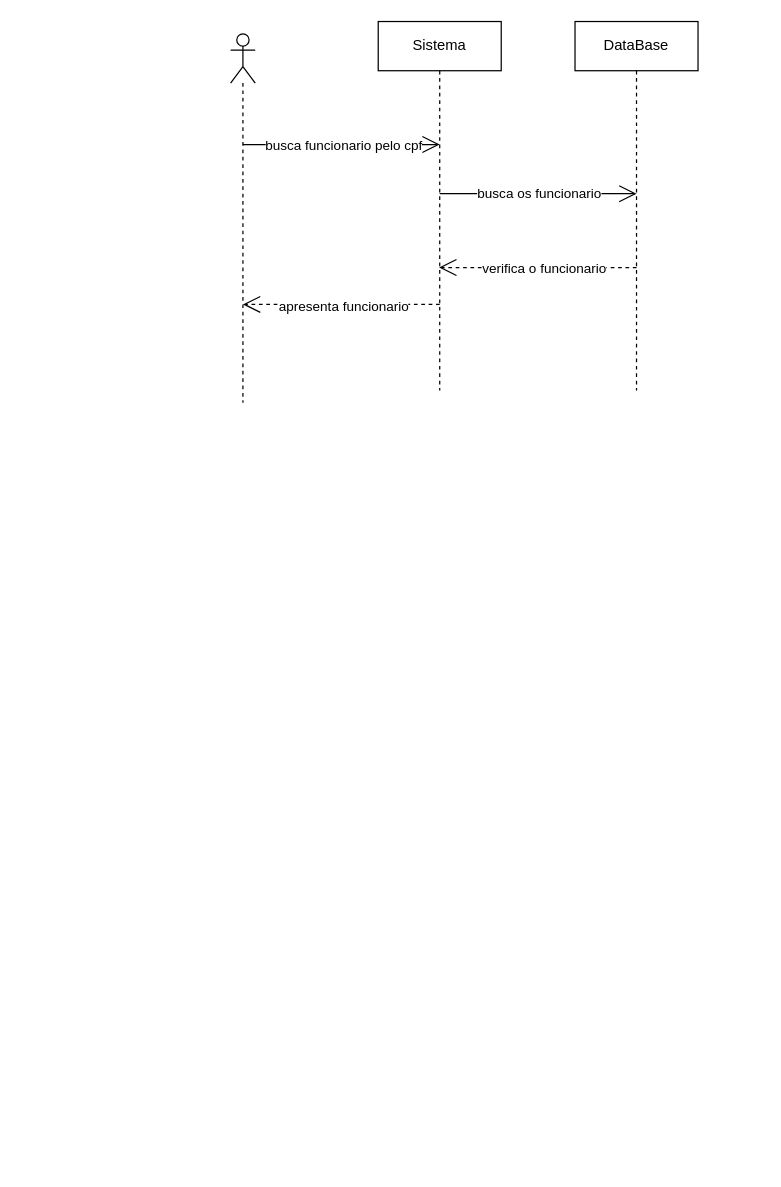
Above: page "busca funcionario pelo cpf" (20 of 22) of diagramas/sequencias/sequencias.drawio in ismaelnata01-maker/sistema-de-gestao-escolar (draw.io), before the change. Source tidied: cells renumbered, new cells numbered last; positions are measured from the earlier drawing's top-left corner, leaving out a move shared by most shapes. Both pictures are drawn from the tidied source at 123%, with x=0, y=0 at pixel (230, 21).
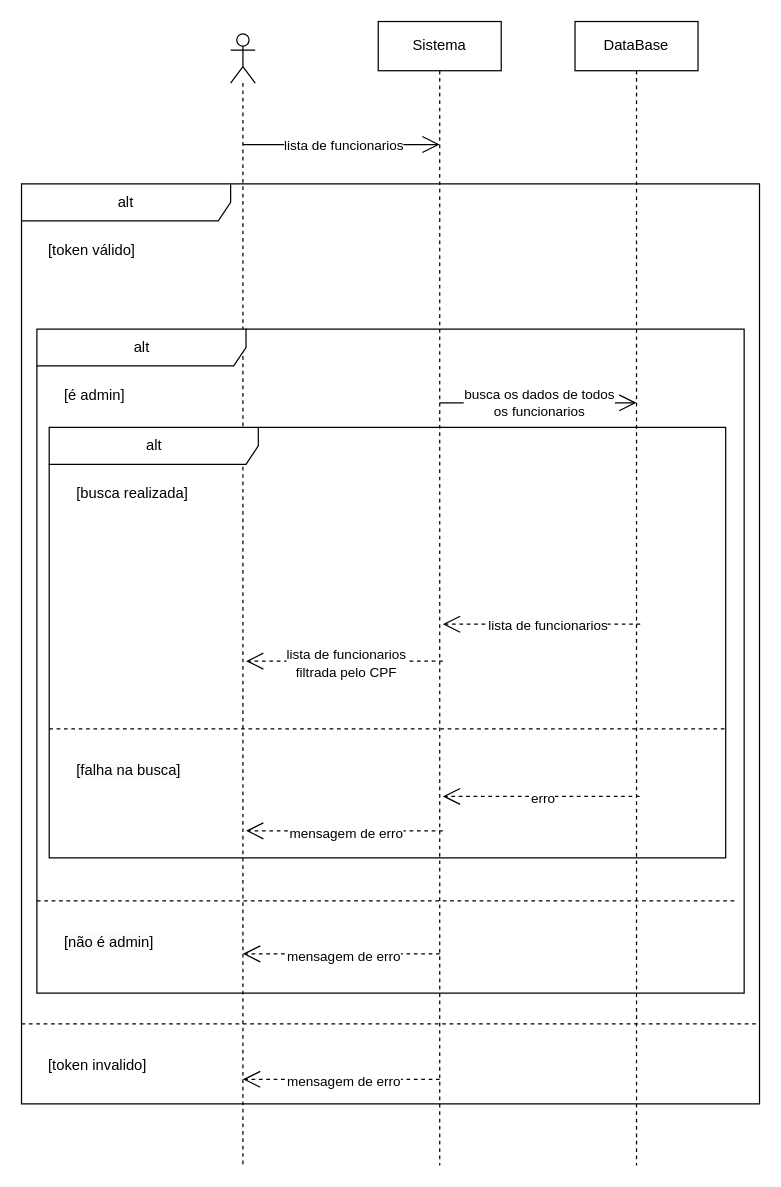
Above is the later version.

The edit, as a diff of the source:
```diff
@@
-    <mxCell id="2" style="endArrow=open;endFill=1;endSize=12;html=1;dashed=1;" parent="1" edge="1">
-      <mxGeometry relative="1" as="geometry">
-        <mxPoint x="330" y="200" as="sourcePoint" />
-        <mxPoint x="169.5" y="200" as="targetPoint" />
-        <Array as="points">
-          <mxPoint x="310" y="200" />
-        </Array>
-      </mxGeometry>
-    </mxCell>
-    <mxCell id="3" value="verifica o funcionario" style="edgeLabel;html=1;align=center;verticalAlign=middle;" parent="2" vertex="1">
-      <mxGeometry x="-0.05" relative="1" as="geometry" />
-    </mxCell>
-    <mxCell id="4" style="shape=umlLifeline;perimeter=lifelinePerimeter;whiteSpace=wrap;html=1;newEdgeStyle={&quot;curved&quot;:0,&quot;rounded&quot;:0};participant=umlActor;" parent="1" vertex="1">
-      <mxGeometry y="10" width="20" height="300" as="geometry" />
-    </mxCell>
+    <mxCell id="13" style="shape=umlLifeline;perimeter=lifelinePerimeter;whiteSpace=wrap;html=1;newEdgeStyle={&quot;curved&quot;:0,&quot;rounded&quot;:0};participant=umlActor;" parent="1" vertex="1">
+      <mxGeometry y="10" width="20" height="920" as="geometry" />
+    </mxCell>
     <mxCell id="5" value="Sistema" style="shape=umlLifeline;perimeter=lifelinePerimeter;whiteSpace=wrap;html=1;newEdgeStyle={&quot;curved&quot;:0,&quot;rounded&quot;:0};" parent="1" vertex="1">
-      <mxGeometry x="120" width="100" height="300" as="geometry" />
+      <mxGeometry x="120" width="100" height="930" as="geometry" />
     </mxCell>
     <mxCell id="6" value="DataBase" style="shape=umlLifeline;perimeter=lifelinePerimeter;whiteSpace=wrap;html=1;newEdgeStyle={&quot;curved&quot;:0,&quot;rounded&quot;:0};" parent="1" vertex="1">
-      <mxGeometry x="280" width="100" height="300" as="geometry" />
+      <mxGeometry x="280" width="100" height="930" as="geometry" />
     </mxCell>
-    <mxCell id="7" style="endArrow=open;endFill=1;endSize=12;html=1;" parent="1" edge="1">
-      <mxGeometry relative="1" as="geometry">
-        <mxPoint x="10" y="100" as="sourcePoint" />
-        <mxPoint x="170" y="100" as="targetPoint" />
-      </mxGeometry>
-    </mxCell>
-    <mxCell id="8" value="busca funcionario pelo cpf" style="edgeLabel;html=1;align=center;verticalAlign=middle;" parent="7" vertex="1">
-      <mxGeometry x="0.01" relative="1" as="geometry" />
-    </mxCell>
-    <mxCell id="9" style="endArrow=open;endFill=1;endSize=12;html=1;" parent="1" edge="1">
-      <mxGeometry relative="1" as="geometry">
-        <mxPoint x="170" y="140" as="sourcePoint" />
-        <mxPoint x="330" y="140" as="targetPoint" />
-      </mxGeometry>
-    </mxCell>
-    <mxCell id="10" value="busca os funcionario" style="edgeLabel;html=1;align=center;verticalAlign=middle;" parent="9" vertex="1">
-      <mxGeometry y="1" relative="1" as="geometry" />
-    </mxCell>
-    <mxCell id="11" style="endArrow=open;endFill=1;endSize=12;html=1;dashed=1;" parent="1" edge="1">
-      <mxGeometry relative="1" as="geometry">
-        <mxPoint x="170" y="230" as="sourcePoint" />
-        <mxPoint x="10" y="230" as="targetPoint" />
-      </mxGeometry>
-    </mxCell>
-    <mxCell id="12" value="apresenta funcionario" style="edgeLabel;html=1;align=center;verticalAlign=middle;" parent="11" vertex="1">
-      <mxGeometry x="-0.01" y="1" relative="1" as="geometry" />
-    </mxCell>
+    <mxCell id="14" style="endArrow=open;endFill=1;endSize=12;html=1;" parent="1" edge="1">
+      <mxGeometry relative="1" as="geometry">
+        <mxPoint x="10" y="100" as="sourcePoint" />
+        <mxPoint x="170" y="100" as="targetPoint" />
+      </mxGeometry>
+    </mxCell>
+    <mxCell id="15" value="lista de funcionarios" style="edgeLabel;html=1;align=center;verticalAlign=middle;" parent="14" vertex="1">
+      <mxGeometry x="0.01" relative="1" as="geometry" />
+    </mxCell>
+    <mxCell id="16" value="alt" style="shape=umlFrame;whiteSpace=wrap;html=1;width=170;" parent="1" vertex="1">
+      <mxGeometry x="-170" y="132" width="600" height="748" as="geometry" />
+    </mxCell>
+    <mxCell id="17" value="[token válido]" style="text;html=1;" parent="16" vertex="1">
+      <mxGeometry width="100" height="20" relative="1" as="geometry">
+        <mxPoint x="20" y="40" as="offset" />
+      </mxGeometry>
+    </mxCell>
+    <mxCell id="18" value="[token invalido]" style="line;strokeWidth=1;dashed=1;labelPosition=center;verticalLabelPosition=bottom;align=left;verticalAlign=top;spacingLeft=20;spacingTop=15;html=1;whiteSpace=wrap;" parent="16" vertex="1">
+      <mxGeometry y="678" width="600" height="10" as="geometry" />
+    </mxCell>
+    <mxCell id="19" style="endArrow=open;endFill=1;endSize=12;html=1;dashed=1;" parent="16" edge="1">
+      <mxGeometry relative="1" as="geometry">
+        <mxPoint x="340" y="728" as="sourcePoint" />
+        <mxPoint x="180" y="728" as="targetPoint" />
+      </mxGeometry>
+    </mxCell>
+    <mxCell id="20" value="mensagem de erro" style="edgeLabel;html=1;align=center;verticalAlign=middle;" parent="19" vertex="1">
+      <mxGeometry x="-0.01" y="1" relative="1" as="geometry" />
+    </mxCell>
+    <mxCell id="21" value="alt" style="shape=umlFrame;whiteSpace=wrap;html=1;width=170;" parent="16" vertex="1">
+      <mxGeometry x="12.5" y="118" width="575" height="540" as="geometry" />
+    </mxCell>
+    <mxCell id="22" value="[é admin]" style="text;html=1;" parent="21" vertex="1">
+      <mxGeometry width="100" height="20" relative="1" as="geometry">
+        <mxPoint x="20" y="40" as="offset" />
+      </mxGeometry>
+    </mxCell>
+    <mxCell id="23" value="&lt;span style=&quot;text-wrap-mode: nowrap; background-color: rgb(251, 251, 251);&quot;&gt;[não é admin]&lt;/span&gt;" style="line;strokeWidth=1;dashed=1;labelPosition=center;verticalLabelPosition=bottom;align=left;verticalAlign=top;spacingLeft=20;spacingTop=15;html=1;whiteSpace=wrap;" parent="21" vertex="1">
+      <mxGeometry y="460" width="570" height="10" as="geometry" />
+    </mxCell>
+    <mxCell id="24" style="endArrow=open;endFill=1;endSize=12;html=1;dashed=1;" parent="21" edge="1">
+      <mxGeometry relative="1" as="geometry">
+        <mxPoint x="327.5" y="508" as="sourcePoint" />
+        <mxPoint x="167.5" y="508" as="targetPoint" />
+      </mxGeometry>
+    </mxCell>
+    <mxCell id="25" value="mensagem de erro" style="edgeLabel;html=1;align=center;verticalAlign=middle;" parent="24" vertex="1">
+      <mxGeometry x="-0.01" y="1" relative="1" as="geometry" />
+    </mxCell>
+    <mxCell id="26" value="alt" style="shape=umlFrame;whiteSpace=wrap;html=1;width=170;" parent="21" vertex="1">
+      <mxGeometry x="10" y="80" width="550" height="350" as="geometry" />
+    </mxCell>
+    <mxCell id="27" value="[busca realizada]" style="text;html=1;" parent="26" vertex="1">
+      <mxGeometry width="100" height="20" relative="1" as="geometry">
+        <mxPoint x="20" y="40" as="offset" />
+      </mxGeometry>
+    </mxCell>
+    <mxCell id="28" value="&lt;span style=&quot;text-wrap-mode: nowrap; background-color: rgb(251, 251, 251);&quot;&gt;[falha na busca]&lt;/span&gt;" style="line;strokeWidth=1;dashed=1;labelPosition=center;verticalLabelPosition=bottom;align=left;verticalAlign=top;spacingLeft=20;spacingTop=15;html=1;whiteSpace=wrap;" parent="26" vertex="1">
+      <mxGeometry y="240" width="550" height="10" as="geometry" />
+    </mxCell>
+    <mxCell id="29" style="endArrow=open;endFill=1;endSize=12;html=1;dashed=1;" parent="26" edge="1">
+      <mxGeometry relative="1" as="geometry">
+        <mxPoint x="320" y="328" as="sourcePoint" />
+        <mxPoint x="160" y="328" as="targetPoint" />
+      </mxGeometry>
+    </mxCell>
+    <mxCell id="30" value="mensagem de erro" style="edgeLabel;html=1;align=center;verticalAlign=middle;" parent="29" vertex="1">
+      <mxGeometry x="-0.01" y="1" relative="1" as="geometry" />
+    </mxCell>
+    <mxCell id="31" style="endArrow=open;endFill=1;endSize=12;html=1;dashed=1;" parent="26" edge="1">
+      <mxGeometry relative="1" as="geometry">
+        <mxPoint x="480.5" y="160" as="sourcePoint" />
+        <mxPoint x="320" y="160" as="targetPoint" />
+        <Array as="points">
+          <mxPoint x="460.5" y="160" />
+        </Array>
+      </mxGeometry>
+    </mxCell>
+    <mxCell id="32" value="lista de funcionarios" style="edgeLabel;html=1;align=center;verticalAlign=middle;" parent="31" vertex="1">
+      <mxGeometry x="-0.05" relative="1" as="geometry" />
+    </mxCell>
+    <mxCell id="33" style="endArrow=open;endFill=1;endSize=12;html=1;dashed=1;" parent="26" edge="1">
+      <mxGeometry relative="1" as="geometry">
+        <mxPoint x="320" y="190" as="sourcePoint" />
+        <mxPoint x="160" y="190" as="targetPoint" />
+      </mxGeometry>
+    </mxCell>
+    <mxCell id="34" value="&lt;span style=&quot;color: rgb(0, 0, 0);&quot;&gt;lista de funcionarios&lt;/span&gt;&lt;div&gt;&lt;span style=&quot;color: rgb(0, 0, 0);&quot;&gt;filtrada&amp;nbsp;&lt;/span&gt;&lt;span style=&quot;background-color: light-dark(#ffffff, var(--ge-dark-color, #121212));&quot;&gt;pelo CPF&lt;/span&gt;&lt;/div&gt;" style="edgeLabel;html=1;align=center;verticalAlign=middle;" parent="33" vertex="1">
+      <mxGeometry x="-0.01" y="1" relative="1" as="geometry" />
+    </mxCell>
+    <mxCell id="35" style="endArrow=open;endFill=1;endSize=12;html=1;dashed=1;" parent="26" edge="1">
+      <mxGeometry relative="1" as="geometry">
+        <mxPoint x="480" y="300" as="sourcePoint" />
+        <mxPoint x="320" y="300" as="targetPoint" />
+      </mxGeometry>
+    </mxCell>
+    <mxCell id="36" value="erro" style="edgeLabel;html=1;align=center;verticalAlign=middle;" parent="35" vertex="1">
+      <mxGeometry x="-0.01" y="1" relative="1" as="geometry" />
+    </mxCell>
+    <mxCell id="37" style="endArrow=open;endFill=1;endSize=12;html=1;" parent="21" edge="1">
+      <mxGeometry relative="1" as="geometry">
+        <mxPoint x="327.5" y="60" as="sourcePoint" />
+        <mxPoint x="487.5" y="60" as="targetPoint" />
+      </mxGeometry>
+    </mxCell>
+    <mxCell id="38" value="busca os dados de todos&lt;div&gt;os funcionarios&lt;/div&gt;" style="edgeLabel;html=1;align=center;verticalAlign=middle;" parent="37" vertex="1">
+      <mxGeometry y="1" relative="1" as="geometry" />
+    </mxCell>
```
